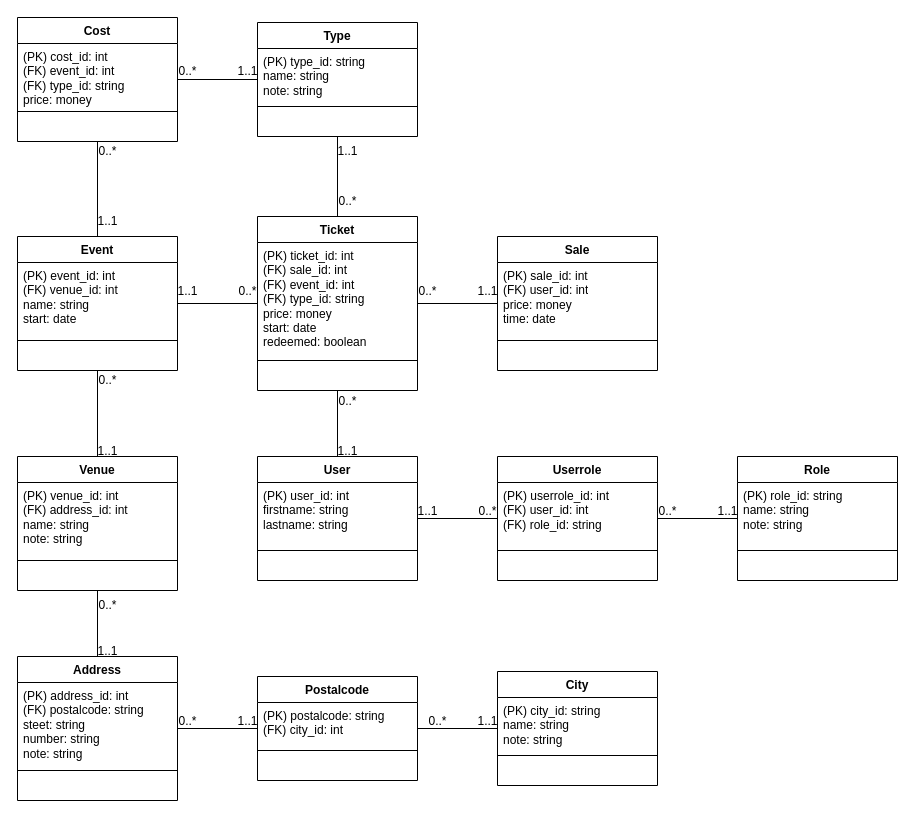
Above: resources/DB_TicketGuru.drawio in jaolim/TicketGuru (draw.io), before the change. Source tidied: cells renumbered, new cells numbered last; positions are measured from the earlier drawing's top-left corner, leaving out a move shared by most shapes. Both pictures are drawn from the tidied source at 100%, with x=0, y=0 at pixel (17, 17).
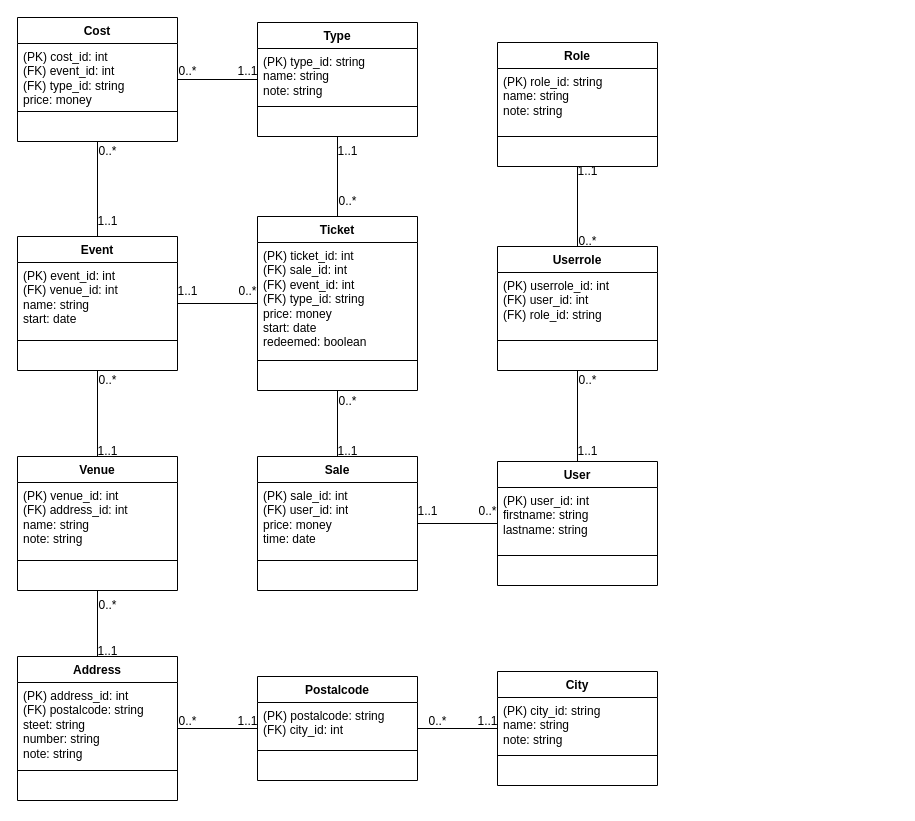
The same page after the edit.

Commit message (it also covers changes not shown here):
Vaarin merkitty relaatio korjattu Sale -> User Ticket -> User sijaan

The change refers to these unchanged cells:
```xml
<mxCell id="2" value="Ticket" style="swimlane;fontStyle=1;align=center;verticalAlign=top;horizontal=1;startSize=26;whiteSpace=wrap;html=1;" parent="1" vertex="1">
  <mxGeometry x="240" y="199" width="160" height="174" as="geometry" />
</mxCell>
```

Change to the diagram source:
```diff
@@
     <mxCell id="6" value="Sale" style="swimlane;fontStyle=1;align=center;verticalAlign=top;horizontal=1;startSize=26;whiteSpace=wrap;html=1;" parent="1" vertex="1">
-      <mxGeometry x="480" y="219" width="160" height="134" as="geometry" />
+      <mxGeometry x="240" y="439" width="160" height="134" as="geometry" />
     </mxCell>
@@
     <mxCell id="10" value="User" style="swimlane;fontStyle=1;align=center;verticalAlign=top;horizontal=1;startSize=26;whiteSpace=wrap;html=1;" parent="1" vertex="1">
-      <mxGeometry x="240" y="439" width="160" height="124" as="geometry" />
+      <mxGeometry x="480" y="444" width="160" height="124" as="geometry" />
     </mxCell>
@@
     <mxCell id="14" value="Userrole" style="swimlane;fontStyle=1;align=center;verticalAlign=top;horizontal=1;startSize=26;whiteSpace=wrap;html=1;" parent="1" vertex="1">
-      <mxGeometry x="480" y="439" width="160" height="124" as="geometry" />
+      <mxGeometry x="480" y="229" width="160" height="124" as="geometry" />
     </mxCell>
@@
     <mxCell id="18" value="Role" style="swimlane;fontStyle=1;align=center;verticalAlign=top;horizontal=1;startSize=26;whiteSpace=wrap;html=1;" parent="1" vertex="1">
-      <mxGeometry x="720" y="439" width="160" height="124" as="geometry" />
+      <mxGeometry x="480" y="25" width="160" height="124" as="geometry" />
     </mxCell>
@@
-    <mxCell id="41" style="endArrow=none;html=1;rounded=0;" parent="1" edge="1" source="10" target="2">
+    <mxCell id="41" style="endArrow=none;html=1;rounded=0;" parent="1" edge="1" source="10" target="6">
       <mxGeometry relative="1" as="geometry" />
     </mxCell>
@@
     <mxCell id="56" value="1..1" style="text;html=1;align=center;verticalAlign=middle;strokeColor=none;fillColor=none;" parent="1" vertex="1">
-      <mxGeometry x="450" y="259" width="40" height="30" as="geometry" />
+      <mxGeometry x="550" y="139" width="40" height="30" as="geometry" />
     </mxCell>
     <mxCell id="57" value="0..*" style="text;html=1;align=center;verticalAlign=middle;strokeColor=none;fillColor=none;" parent="1" vertex="1">
-      <mxGeometry x="390" y="259" width="40" height="30" as="geometry" />
+      <mxGeometry x="550" y="209" width="40" height="30" as="geometry" />
     </mxCell>
@@
     <mxCell id="66" value="1..1" style="text;html=1;align=center;verticalAlign=middle;strokeColor=none;fillColor=none;" parent="1" vertex="1">
-      <mxGeometry x="690" y="479" width="40" height="30" as="geometry" />
+      <mxGeometry x="550" y="419" width="40" height="30" as="geometry" />
     </mxCell>
     <mxCell id="67" value="0..*" style="text;html=1;align=center;verticalAlign=middle;strokeColor=none;fillColor=none;" parent="1" vertex="1">
-      <mxGeometry x="630" y="479" width="40" height="30" as="geometry" />
+      <mxGeometry x="550" y="348" width="40" height="30" as="geometry" />
     </mxCell>
```
